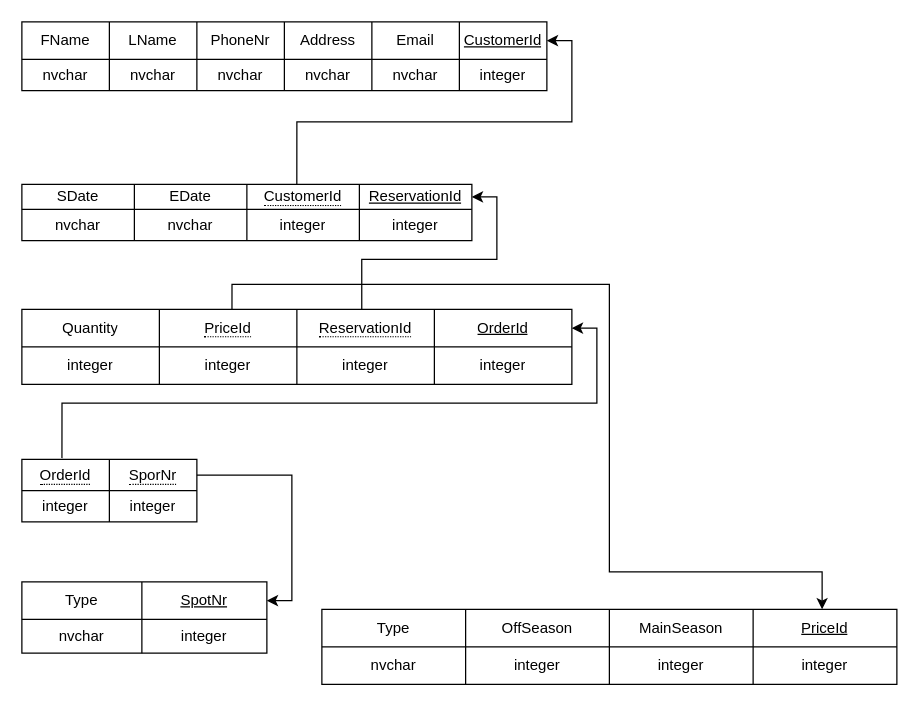
emils0/Campingpladsen keeps this draw.io diagram as Documentation/RDS Diagram.drawio. Above is the earlier version. Source tidied: cells renumbered, new cells numbered last; positions are measured from the earlier drawing's top-left corner, leaving out a move shared by most shapes. Both pictures are drawn from the tidied source at 125%, with x=0, y=0 at pixel (21, 21).
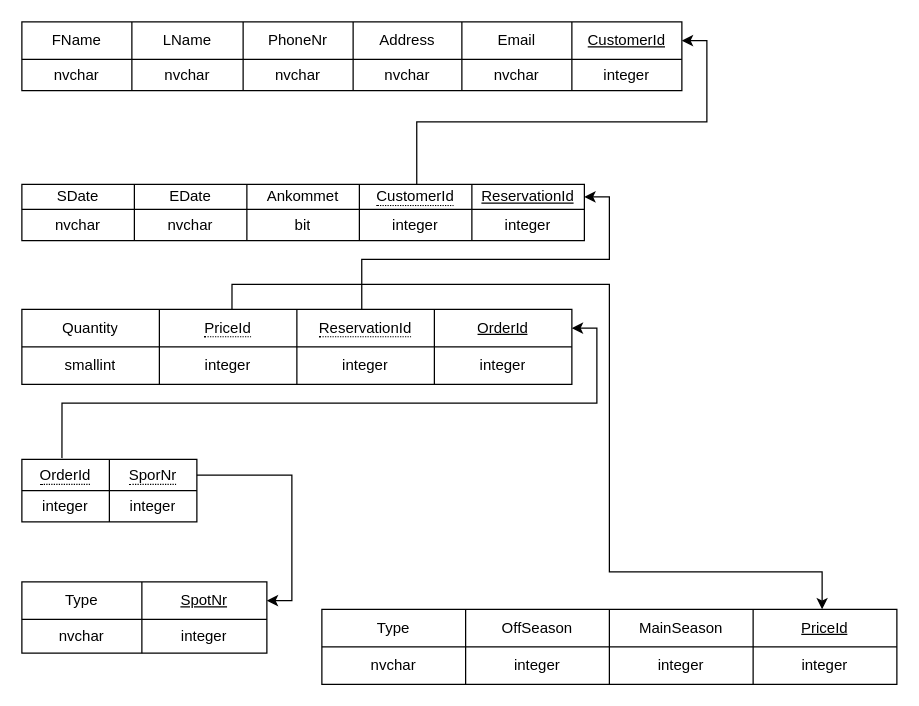
Above is the later version.

The change refers to these unchanged cells:
```xml
<mxCell id="39" style="shape=partialRectangle;fillColor=none;top=0;left=0;bottom=0;right=0;points=[[0,0.5],[1,0.5]];portConstraint=eastwest;" parent="38" vertex="1">
  <mxGeometry width="440" height="30" as="geometry" />
</mxCell>
<mxCell id="44" style="shape=partialRectangle;fillColor=none;top=0;left=0;bottom=0;right=0;" parent="38" vertex="1">
  <mxGeometry y="30" width="440" height="30" as="geometry" />
</mxCell>
```

The edit, as a diff of the source:
```diff
@@
-    <mxCell id="2" style="edgeStyle=orthogonalEdgeStyle;rounded=0;jettySize=auto;html=1;entryX=0.611;entryY=0.05;entryDx=0;entryDy=0;entryPerimeter=0;exitX=1;exitY=0.5;exitDx=0;exitDy=0;startArrow=classic;startFill=1;endArrow=none;endFill=0;" parent="1" edge="1" source="4" target="19">
+    <mxCell id="2" style="edgeStyle=orthogonalEdgeStyle;rounded=0;jettySize=auto;html=1;entryX=0.702;entryY=0.05;entryDx=0;entryDy=0;entryPerimeter=0;exitX=1;exitY=0.5;exitDx=0;exitDy=0;startArrow=classic;startFill=1;endArrow=none;endFill=0;" parent="1" edge="1" source="4" target="19">
       <mxGeometry relative="1" as="geometry" />
     </mxCell>
     <mxCell id="3" style="shape=table;startSize=0;childLayout=tableLayout;" parent="1" vertex="1">
-      <mxGeometry width="420" height="55" as="geometry" />
+      <mxGeometry width="528" height="55" as="geometry" />
     </mxCell>
     <mxCell id="4" style="shape=partialRectangle;fillColor=none;top=0;left=0;bottom=0;right=0;points=[[0,0.5],[1,0.5]];portConstraint=eastwest;" parent="3" vertex="1">
-      <mxGeometry width="420" height="30" as="geometry" />
+      <mxGeometry width="528" height="30" as="geometry" />
     </mxCell>
     <mxCell id="5" value="FName" style="shape=partialRectangle;html=1;whiteSpace=wrap;overflow=hidden;fillColor=none;top=0;left=0;bottom=0;right=0;" parent="4" vertex="1">
-      <mxGeometry width="70" height="30" as="geometry" />
+      <mxGeometry width="88" height="30" as="geometry" />
     </mxCell>
     <mxCell id="6" value="LName" style="shape=partialRectangle;html=1;whiteSpace=wrap;overflow=hidden;fillColor=none;top=0;left=0;bottom=0;right=0;" parent="4" vertex="1">
-      <mxGeometry x="70" width="70" height="30" as="geometry" />
+      <mxGeometry x="88" width="89" height="30" as="geometry" />
     </mxCell>
     <mxCell id="7" value="PhoneNr" style="shape=partialRectangle;html=1;whiteSpace=wrap;overflow=hidden;fillColor=none;top=0;left=0;bottom=0;right=0;" parent="4" vertex="1">
-      <mxGeometry x="140" width="70" height="30" as="geometry" />
+      <mxGeometry x="177" width="88" height="30" as="geometry" />
     </mxCell>
     <mxCell id="8" value="Address" style="shape=partialRectangle;html=1;whiteSpace=wrap;overflow=hidden;fillColor=none;top=0;left=0;bottom=0;right=0;" parent="4" vertex="1">
-      <mxGeometry x="210" width="70" height="30" as="geometry" />
+      <mxGeometry x="265" width="87" height="30" as="geometry" />
     </mxCell>
     <mxCell id="9" value="Email" style="shape=partialRectangle;html=1;whiteSpace=wrap;overflow=hidden;fillColor=none;top=0;left=0;bottom=0;right=0;" parent="4" vertex="1">
-      <mxGeometry x="280" width="70" height="30" as="geometry" />
+      <mxGeometry x="352" width="88" height="30" as="geometry" />
     </mxCell>
     <mxCell id="10" value="&lt;u&gt;CustomerId&lt;/u&gt;" style="shape=partialRectangle;html=1;whiteSpace=wrap;overflow=hidden;fillColor=none;top=0;left=0;bottom=0;right=0;" parent="4" vertex="1">
-      <mxGeometry x="350" width="70" height="30" as="geometry" />
+      <mxGeometry x="440" width="88" height="30" as="geometry" />
     </mxCell>
     <mxCell id="11" style="shape=partialRectangle;fillColor=none;top=0;left=0;bottom=0;right=0;" parent="3" vertex="1">
-      <mxGeometry y="30" width="420" height="25" as="geometry" />
+      <mxGeometry y="30" width="528" height="25" as="geometry" />
     </mxCell>
     <mxCell id="12" value="nvchar" style="shape=partialRectangle;html=1;whiteSpace=wrap;overflow=hidden;fillColor=none;top=0;left=0;bottom=0;right=0;" parent="11" vertex="1">
-      <mxGeometry width="70" height="25" as="geometry" />
+      <mxGeometry width="88" height="25" as="geometry" />
     </mxCell>
     <mxCell id="13" value="nvchar" style="shape=partialRectangle;html=1;whiteSpace=wrap;overflow=hidden;fillColor=none;top=0;left=0;bottom=0;right=0;" parent="11" vertex="1">
-      <mxGeometry x="70" width="70" height="25" as="geometry" />
+      <mxGeometry x="88" width="89" height="25" as="geometry" />
     </mxCell>
     <mxCell id="14" value="nvchar" style="shape=partialRectangle;html=1;whiteSpace=wrap;overflow=hidden;fillColor=none;top=0;left=0;bottom=0;right=0;" parent="11" vertex="1">
-      <mxGeometry x="140" width="70" height="25" as="geometry" />
+      <mxGeometry x="177" width="88" height="25" as="geometry" />
     </mxCell>
     <mxCell id="15" value="nvchar" style="shape=partialRectangle;html=1;whiteSpace=wrap;overflow=hidden;fillColor=none;top=0;left=0;bottom=0;right=0;" parent="11" vertex="1">
-      <mxGeometry x="210" width="70" height="25" as="geometry" />
+      <mxGeometry x="265" width="87" height="25" as="geometry" />
     </mxCell>
     <mxCell id="16" value="nvchar" style="shape=partialRectangle;html=1;whiteSpace=wrap;overflow=hidden;fillColor=none;top=0;left=0;bottom=0;right=0;" parent="11" vertex="1">
-      <mxGeometry x="280" width="70" height="25" as="geometry" />
+      <mxGeometry x="352" width="88" height="25" as="geometry" />
     </mxCell>
     <mxCell id="17" value="integer" style="shape=partialRectangle;html=1;whiteSpace=wrap;overflow=hidden;fillColor=none;top=0;left=0;bottom=0;right=0;" parent="11" vertex="1">
-      <mxGeometry x="350" width="70" height="25" as="geometry" />
+      <mxGeometry x="440" width="88" height="25" as="geometry" />
     </mxCell>
     <mxCell id="18" style="shape=table;startSize=0;childLayout=tableLayout;" parent="1" vertex="1">
-      <mxGeometry y="130" width="360" height="45" as="geometry" />
+      <mxGeometry y="130" width="450" height="45" as="geometry" />
     </mxCell>
     <mxCell id="19" style="shape=partialRectangle;fillColor=none;top=0;left=0;bottom=0;right=0;points=[[0,0.5],[1,0.5]];portConstraint=eastwest;" parent="18" vertex="1">
-      <mxGeometry width="360" height="20" as="geometry" />
+      <mxGeometry width="450" height="20" as="geometry" />
     </mxCell>
@@
+    <mxCell id="69" value="Ankommet" style="shape=partialRectangle;html=1;whiteSpace=wrap;overflow=hidden;fillColor=none;top=0;left=0;bottom=0;right=0;" parent="19" vertex="1">
+      <mxGeometry x="180" width="90" height="20" as="geometry" />
+    </mxCell>
     <mxCell id="22" value="&lt;div style=&quot;border-bottom: 1px dotted black&quot;&gt;CustomerId&lt;/div&gt;" style="shape=partialRectangle;html=1;whiteSpace=wrap;overflow=hidden;fillColor=none;top=0;left=0;bottom=0;right=0;" parent="19" vertex="1">
-      <mxGeometry x="180" width="90" height="20" as="geometry" />
+      <mxGeometry x="270" width="90" height="20" as="geometry" />
     </mxCell>
     <mxCell id="23" value="&lt;u&gt;ReservationId&lt;/u&gt;" style="shape=partialRectangle;html=1;whiteSpace=wrap;overflow=hidden;fillColor=none;top=0;left=0;bottom=0;right=0;" parent="19" vertex="1">
-      <mxGeometry x="270" width="90" height="20" as="geometry" />
+      <mxGeometry x="360" width="90" height="20" as="geometry" />
     </mxCell>
     <mxCell id="24" style="shape=partialRectangle;fillColor=none;top=0;left=0;bottom=0;right=0;" parent="18" vertex="1">
-      <mxGeometry y="20" width="360" height="25" as="geometry" />
+      <mxGeometry y="20" width="450" height="25" as="geometry" />
     </mxCell>
@@
+    <mxCell id="70" value="bit" style="shape=partialRectangle;html=1;whiteSpace=wrap;overflow=hidden;fillColor=none;top=0;left=0;bottom=0;right=0;" parent="24" vertex="1">
+      <mxGeometry x="180" width="90" height="25" as="geometry" />
+    </mxCell>
     <mxCell id="27" value="integer" style="shape=partialRectangle;html=1;whiteSpace=wrap;overflow=hidden;fillColor=none;top=0;left=0;bottom=0;right=0;" parent="24" vertex="1">
-      <mxGeometry x="180" width="90" height="25" as="geometry" />
+      <mxGeometry x="270" width="90" height="25" as="geometry" />
     </mxCell>
     <mxCell id="28" value="integer" style="shape=partialRectangle;html=1;whiteSpace=wrap;overflow=hidden;fillColor=none;top=0;left=0;bottom=0;right=0;" parent="24" vertex="1">
-      <mxGeometry x="270" width="90" height="25" as="geometry" />
+      <mxGeometry x="360" width="90" height="25" as="geometry" />
     </mxCell>
@@
-    <mxCell id="36" style="edgeStyle=orthogonalEdgeStyle;rounded=0;jettySize=auto;html=1;startArrow=none;startFill=0;endArrow=classic;endFill=1;exitX=0.618;exitY=0;exitDx=0;exitDy=0;exitPerimeter=0;" parent="1" edge="1" source="39" target="19">
+    <mxCell id="36" style="edgeStyle=orthogonalEdgeStyle;rounded=0;jettySize=auto;html=1;startArrow=none;startFill=0;endArrow=classic;endFill=1;exitX=0.618;exitY=0;exitDx=0;exitDy=0;exitPerimeter=0;entryX=1;entryY=0.5;entryDx=0;entryDy=0;" parent="1" edge="1" source="39" target="19">
       <mxGeometry relative="1" as="geometry" />
     </mxCell>
@@
-    <mxCell id="45" value="integer" style="shape=partialRectangle;html=1;whiteSpace=wrap;overflow=hidden;fillColor=none;top=0;left=0;bottom=0;right=0;" parent="44" vertex="1">
+    <mxCell id="45" value="smallint" style="shape=partialRectangle;html=1;whiteSpace=wrap;overflow=hidden;fillColor=none;top=0;left=0;bottom=0;right=0;" parent="44" vertex="1">
       <mxGeometry width="110" height="30" as="geometry" />
     </mxCell>
```
